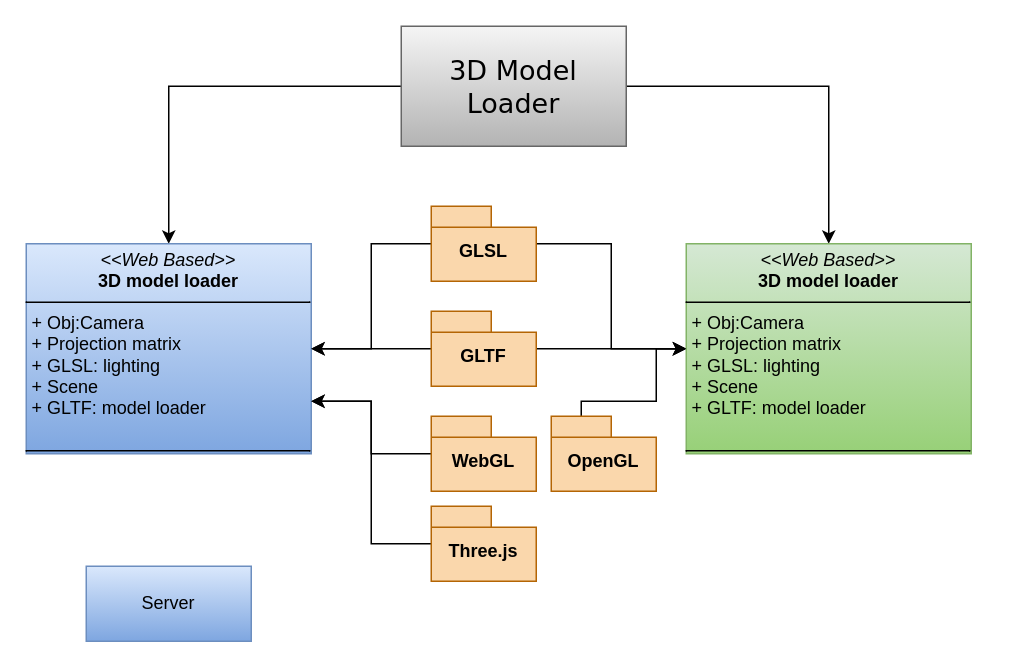
Before: Class diagram.drawio in Sgandre3890/Atlys, a draw.io diagram. Source tidied: cells renumbered, new cells numbered last; positions are measured from the earlier drawing's top-left corner, leaving out a move shared by most shapes. Both pictures are drawn from the tidied source at 150%, with x=0, y=0 at pixel (26, 26).
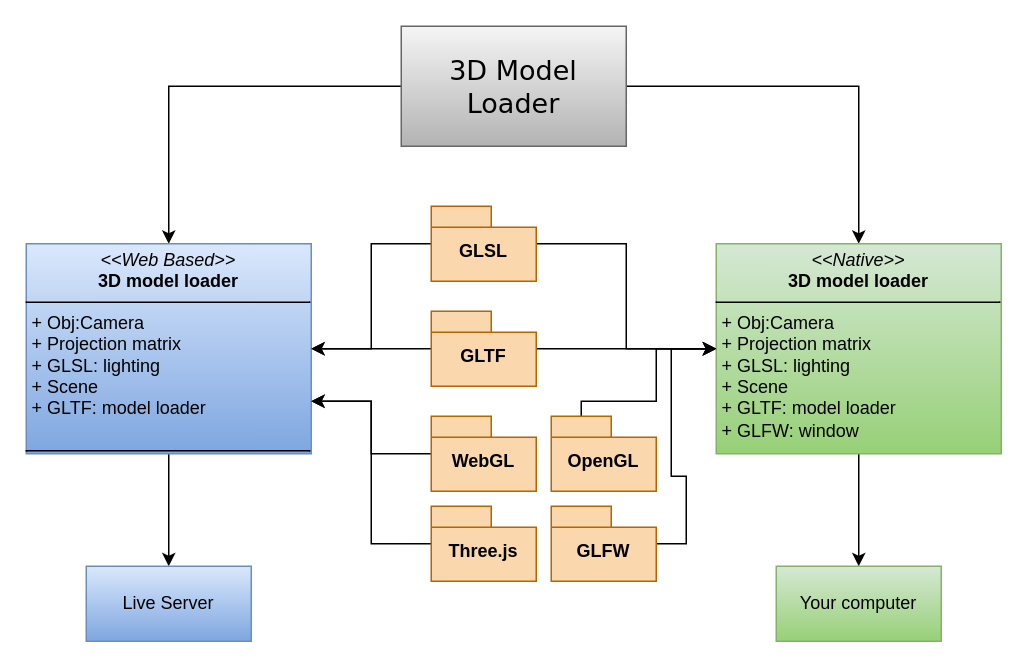
The same page after the edit.

Unchanged cells that the change refers to:
```xml
<mxCell id="5" value="&lt;p style=&quot;margin:0px;margin-top:4px;text-align:center;&quot;&gt;&lt;i&gt;&amp;lt;&amp;lt;Web Based&amp;gt;&amp;gt;&lt;/i&gt;&lt;br&gt;&lt;b&gt;3D model loader&lt;/b&gt;&lt;/p&gt;&lt;hr size=&quot;1&quot; style=&quot;border-style:solid;&quot;&gt;&lt;p style=&quot;margin:0px;margin-left:4px;&quot;&gt;+ Obj:Camera&lt;/p&gt;&lt;p style=&quot;margin:0px;margin-left:4px;&quot;&gt;+ Projection matrix&lt;/p&gt;&lt;p style=&quot;margin:0px;margin-left:4px;&quot;&gt;+ GLSL: lighting&lt;/p&gt;&lt;p style=&quot;margin:0px;margin-left:4px;&quot;&gt;+ Scene&lt;/p&gt;&lt;p style=&quot;margin:0px;margin-left:4px;&quot;&gt;+ GLTF: model loader&lt;/p&gt;&lt;p style=&quot;margin:0px;margin-left:4px;&quot;&gt;&lt;br&gt;&lt;/p&gt;&lt;hr size=&quot;1&quot; style=&quot;border-style:solid;&quot;&gt;&lt;p style=&quot;margin:0px;margin-left:4px;&quot;&gt;&lt;br&gt;&lt;/p&gt;" style="verticalAlign=top;align=left;overflow=fill;html=1;whiteSpace=wrap;fillColor=#dae8fc;strokeColor=#6c8ebf;gradientColor=#7ea6e0;" parent="1" vertex="1">
  <mxGeometry y="145" width="190" height="140" as="geometry" />
</mxCell>
<mxCell id="15" value="GLSL" style="shape=folder;fontStyle=1;spacingTop=10;tabWidth=40;tabHeight=14;tabPosition=left;html=1;whiteSpace=wrap;fillColor=#fad7ac;strokeColor=#b46504;" parent="1" vertex="1">
  <mxGeometry x="270" y="120" width="70" height="50" as="geometry" />
</mxCell>
```

The edit, as a diff of the source:
```diff
@@
+    <mxCell id="20" style="edgeStyle=orthogonalEdgeStyle;rounded=0;jettySize=auto;html=1;entryX=0.5;entryY=0;entryDx=0;entryDy=0;" parent="1" edge="1" source="5" target="19">
+      <mxGeometry relative="1" as="geometry" />
+    </mxCell>
@@
     <mxCell id="13" style="edgeStyle=orthogonalEdgeStyle;rounded=0;jettySize=auto;html=1;entryX=1;entryY=0.5;entryDx=0;entryDy=0;" parent="1" edge="1" source="15" target="5">
-      <mxGeometry relative="1" as="geometry" />
+      <mxGeometry relative="1" as="geometry">
+        <Array as="points">
+          <mxPoint x="230" y="145" />
+          <mxPoint x="230" y="215" />
+        </Array>
+      </mxGeometry>
     </mxCell>
@@
+    <mxCell id="21" style="edgeStyle=orthogonalEdgeStyle;rounded=0;jettySize=auto;html=1;entryX=0.5;entryY=0;entryDx=0;entryDy=0;" parent="1" edge="1" source="16" target="22">
+      <mxGeometry relative="1" as="geometry" />
+    </mxCell>
-    <mxCell id="16" value="&lt;p style=&quot;margin:0px;margin-top:4px;text-align:center;&quot;&gt;&lt;i&gt;&amp;lt;&amp;lt;Web Based&amp;gt;&amp;gt;&lt;/i&gt;&lt;br&gt;&lt;b&gt;3D model loader&lt;/b&gt;&lt;/p&gt;&lt;hr size=&quot;1&quot; style=&quot;border-style:solid;&quot;&gt;&lt;p style=&quot;margin:0px;margin-left:4px;&quot;&gt;+ Obj:Camera&lt;/p&gt;&lt;p style=&quot;margin:0px;margin-left:4px;&quot;&gt;+ Projection matrix&lt;/p&gt;&lt;p style=&quot;margin:0px;margin-left:4px;&quot;&gt;+ GLSL: lighting&lt;/p&gt;&lt;p style=&quot;margin:0px;margin-left:4px;&quot;&gt;+ Scene&lt;/p&gt;&lt;p style=&quot;margin:0px;margin-left:4px;&quot;&gt;+ GLTF: model loader&lt;/p&gt;&lt;p style=&quot;margin:0px;margin-left:4px;&quot;&gt;&lt;br&gt;&lt;/p&gt;&lt;hr size=&quot;1&quot; style=&quot;border-style:solid;&quot;&gt;&lt;p style=&quot;margin:0px;margin-left:4px;&quot;&gt;&lt;br&gt;&lt;/p&gt;" style="verticalAlign=top;align=left;overflow=fill;html=1;whiteSpace=wrap;fillColor=#d5e8d4;gradientColor=#97d077;strokeColor=#82b366;" parent="1" vertex="1">
-      <mxGeometry x="440" y="145" width="190" height="140" as="geometry" />
+    <mxCell id="16" value="&lt;p style=&quot;margin:0px;margin-top:4px;text-align:center;&quot;&gt;&lt;i&gt;&amp;lt;&amp;lt;Native&amp;gt;&amp;gt;&lt;/i&gt;&lt;br&gt;&lt;b&gt;3D model loader&lt;/b&gt;&lt;/p&gt;&lt;hr size=&quot;1&quot; style=&quot;border-style:solid;&quot;&gt;&lt;p style=&quot;margin:0px;margin-left:4px;&quot;&gt;+ Obj:Camera&lt;/p&gt;&lt;p style=&quot;margin:0px;margin-left:4px;&quot;&gt;+ Projection matrix&lt;/p&gt;&lt;p style=&quot;margin:0px;margin-left:4px;&quot;&gt;+ GLSL: lighting&lt;/p&gt;&lt;p style=&quot;margin:0px;margin-left:4px;&quot;&gt;+ Scene&lt;/p&gt;&lt;p style=&quot;margin:0px;margin-left:4px;&quot;&gt;+ GLTF: model loader&lt;/p&gt;&lt;p style=&quot;margin:0px;margin-left:4px;&quot;&gt;+ GLFW: window&amp;nbsp;&lt;/p&gt;&lt;p style=&quot;margin:0px;margin-left:4px;&quot;&gt;&lt;br&gt;&lt;/p&gt;&lt;p style=&quot;margin:0px;margin-left:4px;&quot;&gt;&lt;br&gt;&lt;/p&gt;&lt;p style=&quot;margin:0px;margin-left:4px;&quot;&gt;&lt;br&gt;&lt;/p&gt;&lt;hr size=&quot;1&quot; style=&quot;border-style:solid;&quot;&gt;&lt;p style=&quot;margin:0px;margin-left:4px;&quot;&gt;&lt;br&gt;&lt;/p&gt;" style="verticalAlign=top;align=left;overflow=fill;html=1;whiteSpace=wrap;fillColor=#d5e8d4;gradientColor=#97d077;strokeColor=#82b366;" parent="1" vertex="1">
+      <mxGeometry x="460" y="145" width="190" height="140" as="geometry" />
     </mxCell>
@@
-    <mxCell id="19" value="Server" style="html=1;whiteSpace=wrap;fillColor=#dae8fc;gradientColor=#7ea6e0;strokeColor=#6c8ebf;" parent="1" vertex="1">
+    <mxCell id="19" value="Live Server" style="html=1;whiteSpace=wrap;fillColor=#dae8fc;gradientColor=#7ea6e0;strokeColor=#6c8ebf;" parent="1" vertex="1">
       <mxGeometry x="40" y="360" width="110" height="50" as="geometry" />
     </mxCell>
+    <mxCell id="22" value="Your computer" style="html=1;whiteSpace=wrap;fillColor=#d5e8d4;gradientColor=#97d077;strokeColor=#82b366;" parent="1" vertex="1">
+      <mxGeometry x="500" y="360" width="110" height="50" as="geometry" />
+    </mxCell>
+    <mxCell id="23" style="edgeStyle=orthogonalEdgeStyle;rounded=0;jettySize=auto;html=1;entryX=0;entryY=0.5;entryDx=0;entryDy=0;" parent="1" edge="1" source="24" target="16">
+      <mxGeometry relative="1" as="geometry">
+        <Array as="points">
+          <mxPoint x="440" y="345" />
+          <mxPoint x="440" y="300" />
+          <mxPoint x="430" y="300" />
+          <mxPoint x="430" y="215" />
+        </Array>
+      </mxGeometry>
+    </mxCell>
+    <mxCell id="24" value="GLFW" style="shape=folder;fontStyle=1;spacingTop=10;tabWidth=40;tabHeight=14;tabPosition=left;html=1;whiteSpace=wrap;fillColor=#fad7ac;strokeColor=#b46504;" parent="1" vertex="1">
+      <mxGeometry x="350" y="320" width="70" height="50" as="geometry" />
+    </mxCell>
```
